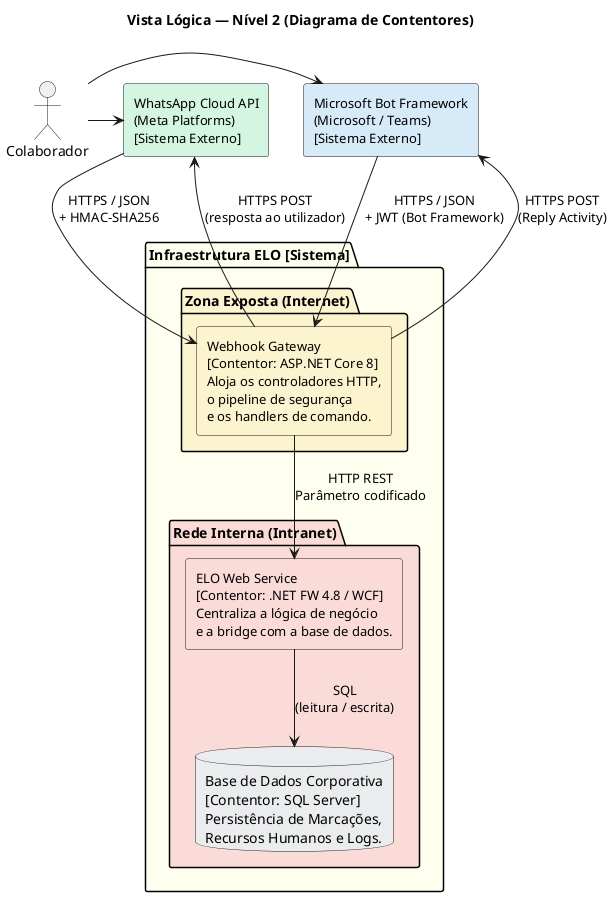
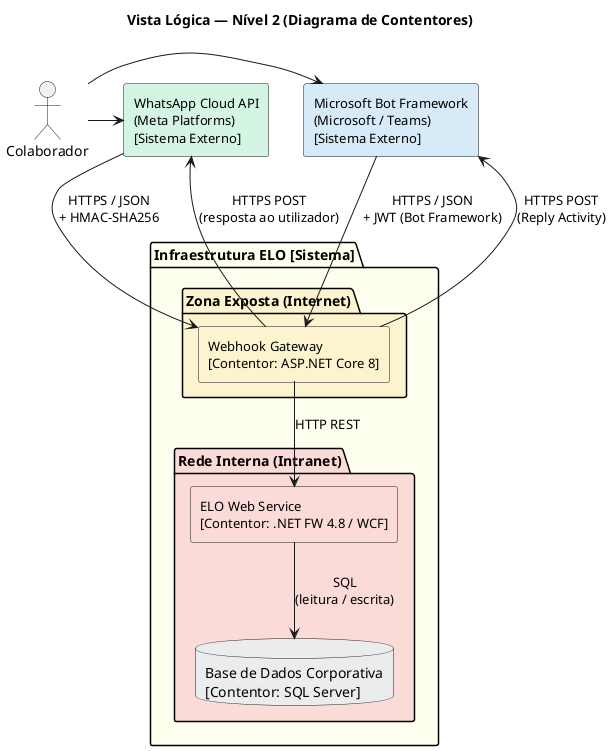
@startuml vista_logica_n2
skinparam backgroundColor #FFFFFF
skinparam shadowing false
skinparam defaultFontName "Segoe UI"
skinparam rectangleFontSize 13
skinparam componentFontSize 12
skinparam noteFontSize 11
top to bottom direction

title Vista Lógica — Nível 2 (Diagrama de Contentores)

' ─── Atores e sistemas externos (fora da fronteira) ─────────────────
actor "Colaborador" as user

rectangle "WhatsApp Cloud API\n(Meta Platforms)\n[Sistema Externo]" as wa_ext #D5F5E3
rectangle "Microsoft Bot Framework\n(Microsoft / Teams)\n[Sistema Externo]" as teams_ext #D6EAF8

user -right-> wa_ext
user -right-> teams_ext

' ─── Fronteira do Sistema ELO ───────────────────────────────────────
package "Infraestrutura ELO [Sistema]" #FFFFF0 {

    ' ─── Zona Exposta (DMZ) ─────────────────────────────────────────
    package "Zona Exposta (Internet)" #FCF3CF {
-         rectangle "Webhook Gateway\n[Contentor: ASP.NET Core 8]\nAloja os controladores HTTP,\no pipeline de segurança\ne os handlers de comando." as gateway #FCF3CF
+         rectangle "Webhook Gateway\n[Contentor: ASP.NET Core 8]" as gateway #FCF3CF
    }

    ' ─── Zona Interna ───────────────────────────────────────────────
    package "Rede Interna (Intranet)" #FADBD8 {
-         rectangle "ELO Web Service\n[Contentor: .NET FW 4.8 / WCF]\nCentraliza a lógica de negócio\ne a bridge com a base de dados." as elo_ws #FADBD8
-         database "Base de Dados Corporativa\n[Contentor: SQL Server]\nPersistência de Marcações,\nRecursos Humanos e Logs." as db #EAECEE
+         rectangle "ELO Web Service\n[Contentor: .NET FW 4.8 / WCF]" as elo_ws #FADBD8
+         database "Base de Dados Corporativa\n[Contentor: SQL Server]" as db #EAECEE
    }
}

' ─── Fluxo de Comunicação ───────────────────────────────────────────
wa_ext     -down-> gateway  : "HTTPS / JSON\n+ HMAC-SHA256"
teams_ext  -down-> gateway  : "HTTPS / JSON\n+ JWT (Bot Framework)"

- gateway    -down-> elo_ws   : "HTTP REST\nParâmetro codificado"
+ gateway    -down-> elo_ws   : "HTTP REST"
elo_ws     -down-> db       : "SQL\n(leitura / escrita)"

gateway    -up->  wa_ext    : "HTTPS POST\n(resposta ao utilizador)"
gateway    -up->  teams_ext : "HTTPS POST\n(Reply Activity)"

@enduml
